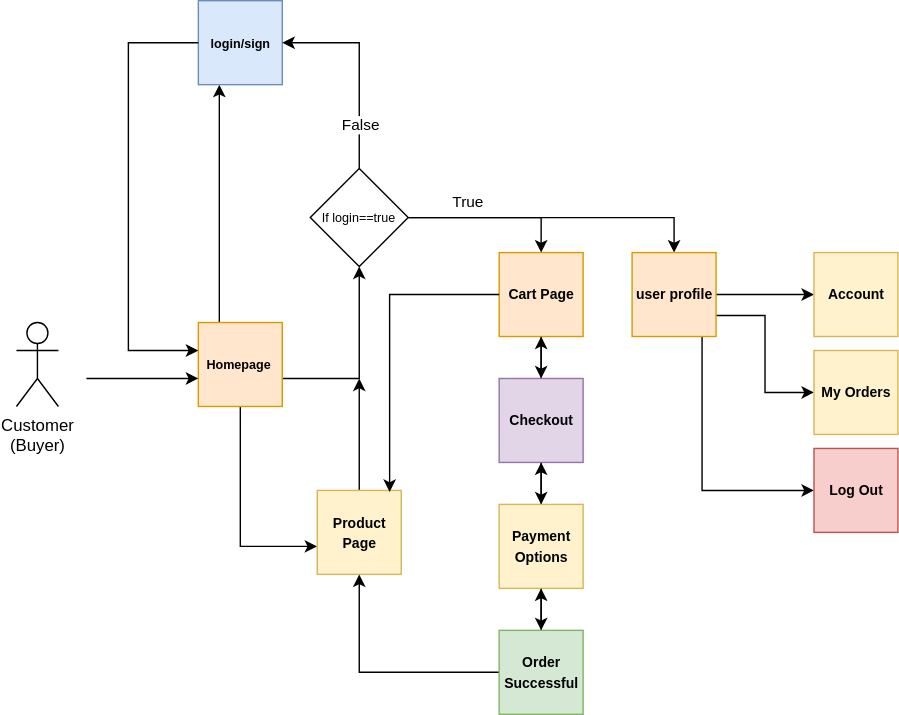
Earlier version of the draw.io export documentation/buyer/ecommerceBuyer.svg (syntks789asif/shopify-asif). Source tidied: cells renumbered, new cells last; positions are measured from the earlier drawing's top-left corner, leaving out a move shared by most shapes.
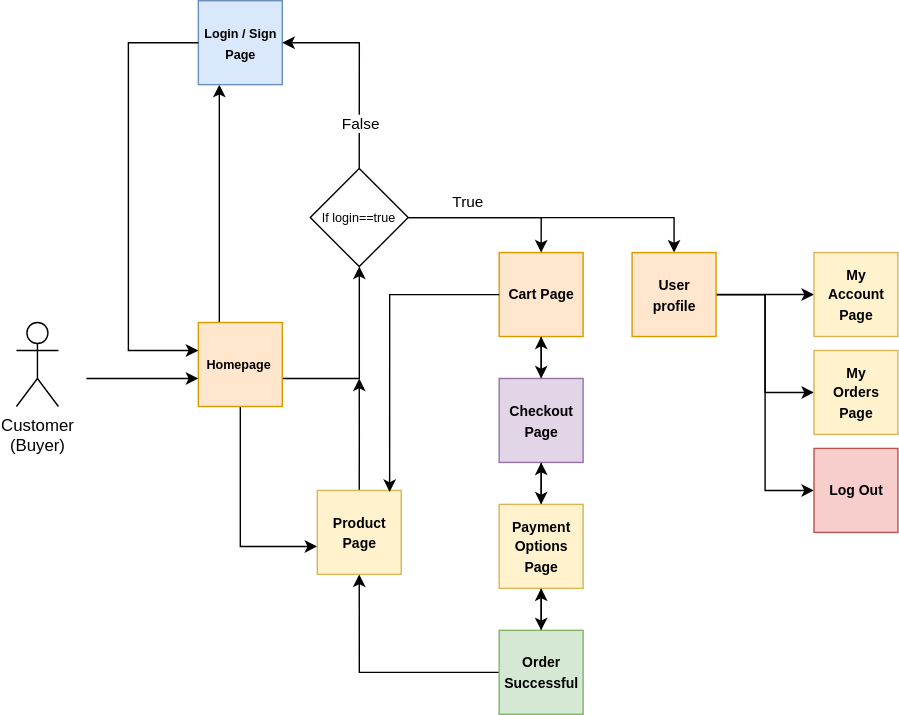
The same file after the commit.

The edit, as a diff of the source:
```diff
@@ -46,7 +46,7 @@
     <mxCell id="11" value="&lt;font size=&quot;1&quot;&gt;&lt;b&gt;Product &lt;br&gt;Page&lt;/b&gt;&lt;/font&gt;" style="verticalLabelPosition=middle;verticalAlign=middle;html=1;shadow=0;dashed=0;strokeWidth=1;strokeColor=#d6b656;shape=rect;fillColor=#fff2cc;align=center;labelPosition=center;" parent="1" vertex="1">
       <mxGeometry x="215" y="350" width="60" height="60" as="geometry" />
     </mxCell>
-    <mxCell id="12" value="&lt;b&gt;&lt;font style=&quot;font-size: 9px;&quot;&gt;login/sign&lt;/font&gt;&lt;/b&gt;" style="verticalLabelPosition=middle;verticalAlign=middle;html=1;shadow=0;dashed=0;strokeWidth=1;strokeColor=#6c8ebf;shape=rect;fillColor=#dae8fc;align=center;labelPosition=center;" parent="1" vertex="1">
+    <mxCell id="12" value="&lt;b&gt;&lt;font style=&quot;font-size: 9px;&quot;&gt;Login / Sign&lt;br&gt;Page&lt;br&gt;&lt;/font&gt;&lt;/b&gt;" style="verticalLabelPosition=middle;verticalAlign=middle;html=1;shadow=0;dashed=0;strokeWidth=1;strokeColor=#6c8ebf;shape=rect;fillColor=#dae8fc;align=center;labelPosition=center;" parent="1" vertex="1">
       <mxGeometry x="130" width="60" height="60" as="geometry" />
     </mxCell>
     <mxCell id="13" style="edgeStyle=orthogonalEdgeStyle;rounded=0;jettySize=auto;html=1;" parent="1" edge="1" source="12">
@@ -91,7 +91,7 @@
         <mxPoint x="375" y="240" as="targetPoint" />
       </mxGeometry>
     </mxCell>
-    <mxCell id="21" value="&lt;font size=&quot;1&quot;&gt;&lt;b&gt;Checkout&lt;/b&gt;&lt;/font&gt;" style="verticalLabelPosition=middle;verticalAlign=middle;html=1;shadow=0;dashed=0;strokeWidth=1;strokeColor=#9673a6;shape=rect;fillColor=#e1d5e7;align=center;labelPosition=center;" parent="1" vertex="1">
+    <mxCell id="21" value="&lt;font size=&quot;1&quot;&gt;&lt;b&gt;Checkout&lt;br&gt;Page&lt;br&gt;&lt;/b&gt;&lt;/font&gt;" style="verticalLabelPosition=middle;verticalAlign=middle;html=1;shadow=0;dashed=0;strokeWidth=1;strokeColor=#9673a6;shape=rect;fillColor=#e1d5e7;align=center;labelPosition=center;" parent="1" vertex="1">
       <mxGeometry x="345" y="270" width="60" height="60" as="geometry" />
     </mxCell>
     <mxCell id="22" style="edgeStyle=orthogonalEdgeStyle;rounded=0;jettySize=auto;html=1;entryX=0.5;entryY=0;entryDx=0;entryDy=0;" parent="1" edge="1" source="24" target="27">
@@ -102,7 +102,7 @@
         <mxPoint x="375" y="330" as="targetPoint" />
       </mxGeometry>
     </mxCell>
-    <mxCell id="24" value="&lt;font size=&quot;1&quot;&gt;&lt;b&gt;Payment&lt;br&gt;Options&lt;br&gt;&lt;/b&gt;&lt;/font&gt;" style="verticalLabelPosition=middle;verticalAlign=middle;html=1;shadow=0;dashed=0;strokeWidth=1;strokeColor=#d6b656;shape=rect;fillColor=#fff2cc;align=center;labelPosition=center;" parent="1" vertex="1">
+    <mxCell id="24" value="&lt;font size=&quot;1&quot;&gt;&lt;b&gt;Payment&lt;br&gt;Options&lt;br&gt;Page&lt;br&gt;&lt;/b&gt;&lt;/font&gt;" style="verticalLabelPosition=middle;verticalAlign=middle;html=1;shadow=0;dashed=0;strokeWidth=1;strokeColor=#d6b656;shape=rect;fillColor=#fff2cc;align=center;labelPosition=center;" parent="1" vertex="1">
       <mxGeometry x="345" y="360" width="60" height="60" as="geometry" />
     </mxCell>
     <mxCell id="25" style="edgeStyle=orthogonalEdgeStyle;rounded=0;jettySize=auto;html=1;" parent="1" edge="1" source="27">
@@ -126,23 +126,19 @@
     <mxCell id="29" style="edgeStyle=orthogonalEdgeStyle;rounded=0;jettySize=auto;html=1;entryX=0;entryY=0.5;entryDx=0;entryDy=0;" parent="1" edge="1" source="32" target="33">
       <mxGeometry relative="1" as="geometry" />
     </mxCell>
-    <mxCell id="30" style="edgeStyle=orthogonalEdgeStyle;rounded=0;jettySize=auto;html=1;exitX=1;exitY=0.75;exitDx=0;exitDy=0;entryX=0;entryY=0.5;entryDx=0;entryDy=0;" parent="1" edge="1" source="32" target="34">
+    <mxCell id="30" style="edgeStyle=orthogonalEdgeStyle;rounded=0;jettySize=auto;html=1;entryX=0;entryY=0.5;entryDx=0;entryDy=0;" parent="1" edge="1" source="32" target="34">
       <mxGeometry relative="1" as="geometry" />
     </mxCell>
     <mxCell id="31" style="edgeStyle=orthogonalEdgeStyle;rounded=0;jettySize=auto;html=1;entryX=0;entryY=0.5;entryDx=0;entryDy=0;" parent="1" edge="1" source="32" target="35">
-      <mxGeometry relative="1" as="geometry">
-        <Array as="points">
-          <mxPoint x="490" y="350" />
-        </Array>
-      </mxGeometry>
+      <mxGeometry relative="1" as="geometry" />
     </mxCell>
-    <mxCell id="32" value="&lt;font size=&quot;1&quot;&gt;&lt;b&gt;user profile&lt;/b&gt;&lt;/font&gt;" style="verticalLabelPosition=middle;verticalAlign=middle;html=1;shadow=0;dashed=0;strokeWidth=1;strokeColor=#d79b00;shape=rect;fillColor=#ffe6cc;align=center;labelPosition=center;" parent="1" vertex="1">
+    <mxCell id="32" value="&lt;font size=&quot;1&quot;&gt;&lt;b&gt;User &lt;br&gt;profile&lt;/b&gt;&lt;/font&gt;" style="verticalLabelPosition=middle;verticalAlign=middle;html=1;shadow=0;dashed=0;strokeWidth=1;strokeColor=#d79b00;shape=rect;fillColor=#ffe6cc;align=center;labelPosition=center;" parent="1" vertex="1">
       <mxGeometry x="440" y="180" width="60" height="60" as="geometry" />
     </mxCell>
-    <mxCell id="33" value="&lt;font size=&quot;1&quot;&gt;&lt;b&gt;Account&lt;/b&gt;&lt;/font&gt;" style="verticalLabelPosition=middle;verticalAlign=middle;html=1;shadow=0;dashed=0;strokeWidth=1;strokeColor=#d6b656;shape=rect;fillColor=#fff2cc;align=center;labelPosition=center;" parent="1" vertex="1">
+    <mxCell id="33" value="&lt;font size=&quot;1&quot;&gt;&lt;b&gt;My &lt;br&gt;Account&lt;br&gt;Page&lt;br&gt;&lt;/b&gt;&lt;/font&gt;" style="verticalLabelPosition=middle;verticalAlign=middle;html=1;shadow=0;dashed=0;strokeWidth=1;strokeColor=#d6b656;shape=rect;fillColor=#fff2cc;align=center;labelPosition=center;" parent="1" vertex="1">
       <mxGeometry x="570" y="180" width="60" height="60" as="geometry" />
     </mxCell>
-    <mxCell id="34" value="&lt;font size=&quot;1&quot;&gt;&lt;b&gt;My Orders&lt;/b&gt;&lt;/font&gt;" style="verticalLabelPosition=middle;verticalAlign=middle;html=1;shadow=0;dashed=0;strokeWidth=1;strokeColor=#d6b656;shape=rect;fillColor=#fff2cc;align=center;labelPosition=center;" parent="1" vertex="1">
+    <mxCell id="34" value="&lt;font size=&quot;1&quot;&gt;&lt;b&gt;My&lt;br&gt;Orders&lt;br&gt;Page&lt;br&gt;&lt;/b&gt;&lt;/font&gt;" style="verticalLabelPosition=middle;verticalAlign=middle;html=1;shadow=0;dashed=0;strokeWidth=1;strokeColor=#d6b656;shape=rect;fillColor=#fff2cc;align=center;labelPosition=center;" parent="1" vertex="1">
       <mxGeometry x="570" y="250" width="60" height="60" as="geometry" />
     </mxCell>
     <mxCell id="35" value="&lt;font size=&quot;1&quot;&gt;&lt;b&gt;Log Out&lt;/b&gt;&lt;/font&gt;" style="verticalLabelPosition=middle;verticalAlign=middle;html=1;shadow=0;dashed=0;strokeWidth=1;strokeColor=#b85450;shape=rect;fillColor=#f8cecc;align=center;labelPosition=center;" parent="1" vertex="1">
```
